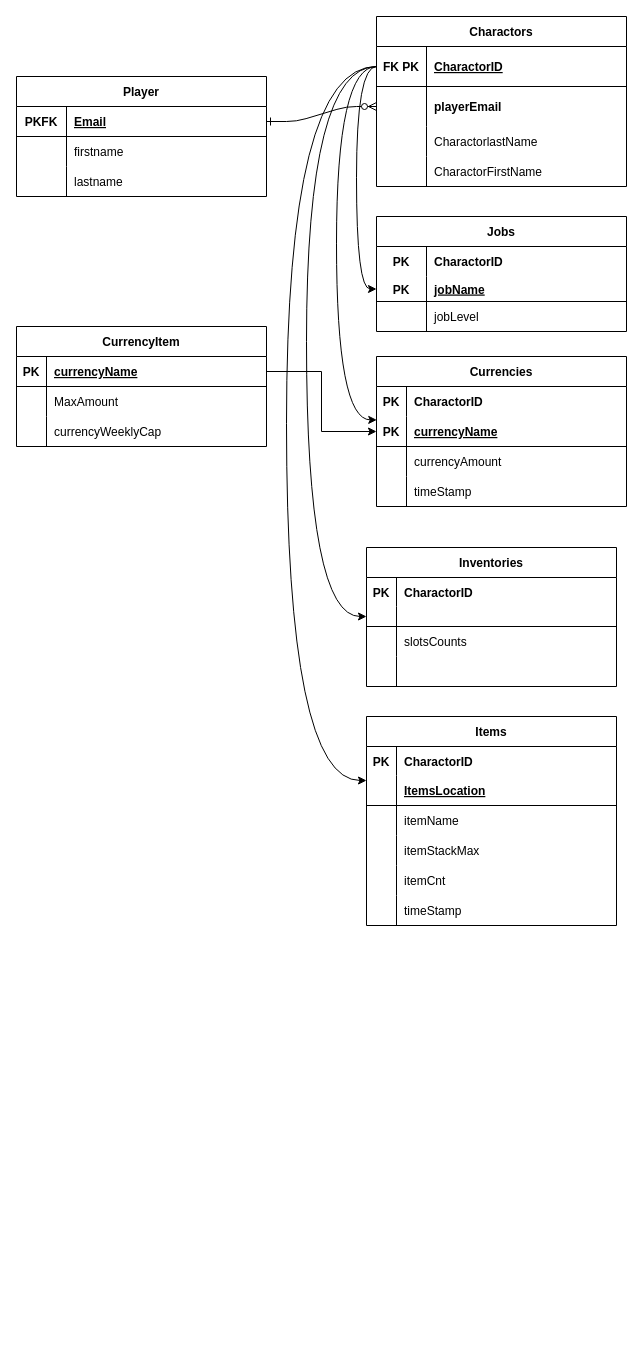
ifffShang/5800-hw2 keeps this draw.io diagram as Untitled Diagram.drawio. Above is the earlier version. Source tidied: cells renumbered, new cells numbered last; positions are measured from the earlier drawing's top-left corner, leaving out a move shared by most shapes. Both pictures are drawn from the tidied source at 100%, with x=0, y=0 at pixel (16, 16).
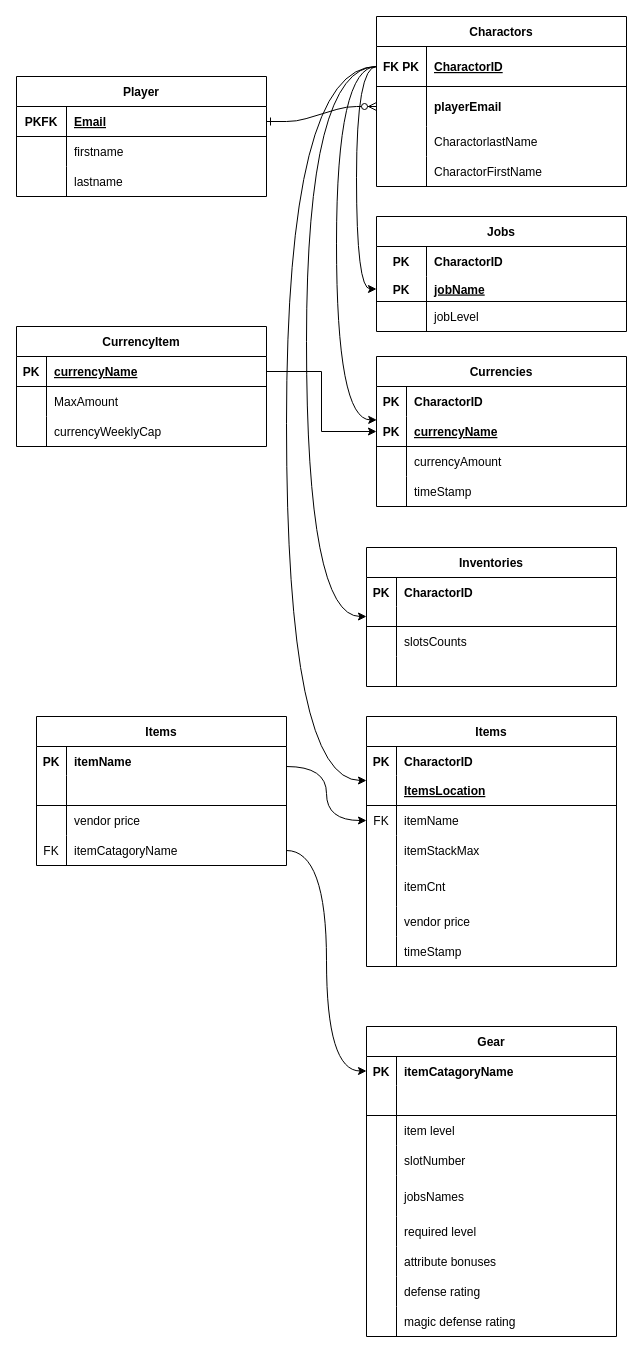
The same diagram, later.

The change refers to these unchanged cells:
```xml
<mxCell id="9" style="shape=partialRectangle;fillColor=none;points=[[0,0.5],[1,0.5]];portConstraint=eastwest;top=0;left=0;right=0;bottom=0;" parent="2" vertex="1">
  <mxGeometry y="89" width="250" height="30" as="geometry" />
</mxCell>
```

Diff of the diagram source:
```diff
@@
     <mxCell id="2" value="Items" style="shape=table;startSize=30;childLayout=tableLayout;rowLines=0;fontStyle=1;align=center;" parent="1" vertex="1">
-      <mxGeometry x="350" y="700" width="250" height="209" as="geometry" />
+      <mxGeometry x="350" y="700" width="250" height="250" as="geometry" />
     </mxCell>
@@
-    <mxCell id="10" style="shape=partialRectangle;overflow=hidden;fillColor=none;top=0;left=0;bottom=0;right=0;" parent="9" vertex="1">
+    <mxCell id="10" value="FK" style="shape=partialRectangle;overflow=hidden;fillColor=none;top=0;left=0;bottom=0;right=0;" parent="9" vertex="1">
       <mxGeometry width="30" height="30" as="geometry" />
     </mxCell>
@@
     <mxCell id="15" style="shape=partialRectangle;fillColor=none;top=0;left=0;right=0;bottom=0;" parent="2" vertex="1">
-      <mxGeometry y="149" width="250" height="30" as="geometry" />
+      <mxGeometry y="149" width="250" height="41" as="geometry" />
     </mxCell>
     <mxCell id="16" style="shape=partialRectangle;overflow=hidden;fillColor=none;top=0;left=0;bottom=0;right=0;" parent="15" vertex="1">
-      <mxGeometry width="30" height="30" as="geometry" />
+      <mxGeometry width="30" height="41" as="geometry" />
     </mxCell>
     <mxCell id="17" value="itemCnt" style="shape=partialRectangle;overflow=hidden;fillColor=none;top=0;left=0;bottom=0;right=0;align=left;spacingLeft=6;" parent="15" vertex="1">
-      <mxGeometry x="30" width="220" height="30" as="geometry" />
+      <mxGeometry x="30" width="220" height="41" as="geometry" />
     </mxCell>
     <mxCell id="18" style="shape=partialRectangle;fillColor=none;top=0;left=0;right=0;bottom=0;" parent="2" vertex="1">
-      <mxGeometry y="179" width="250" height="30" as="geometry" />
+      <mxGeometry y="190" width="250" height="30" as="geometry" />
     </mxCell>
@@
-    <mxCell id="20" value="timeStamp" style="shape=partialRectangle;overflow=hidden;fillColor=none;top=0;left=0;bottom=0;right=0;align=left;spacingLeft=6;" parent="18" vertex="1">
+    <mxCell id="20" value="vendor price" style="shape=partialRectangle;overflow=hidden;fillColor=none;top=0;left=0;bottom=0;right=0;align=left;spacingLeft=6;" parent="18" vertex="1">
       <mxGeometry x="30" width="220" height="30" as="geometry" />
     </mxCell>
+    <mxCell id="96" style="shape=partialRectangle;fillColor=none;top=0;left=0;right=0;bottom=0;" parent="2" vertex="1">
+      <mxGeometry y="220" width="250" height="30" as="geometry" />
+    </mxCell>
+    <mxCell id="97" style="shape=partialRectangle;overflow=hidden;fillColor=none;top=0;left=0;bottom=0;right=0;" parent="96" vertex="1">
+      <mxGeometry width="30" height="30" as="geometry" />
+    </mxCell>
+    <mxCell id="98" value="timeStamp" style="shape=partialRectangle;overflow=hidden;fillColor=none;top=0;left=0;bottom=0;right=0;align=left;spacingLeft=6;" parent="96" vertex="1">
+      <mxGeometry x="30" width="220" height="30" as="geometry" />
+    </mxCell>
@@
+    <mxCell id="99" value="Items" style="shape=table;startSize=30;childLayout=tableLayout;rowLines=0;fontStyle=1;align=center;" parent="1" vertex="1">
+      <mxGeometry x="20" y="700" width="250" height="149" as="geometry" />
+    </mxCell>
+    <mxCell id="100" style="shape=partialRectangle;fillColor=none;top=0;left=0;right=0;bottom=0;fontStyle=1;" parent="99" vertex="1">
+      <mxGeometry y="30" width="250" height="29" as="geometry" />
+    </mxCell>
+    <mxCell id="101" value="PK" style="shape=partialRectangle;overflow=hidden;fillColor=none;top=0;left=0;bottom=0;right=0;fontStyle=1;" parent="100" vertex="1">
+      <mxGeometry width="30" height="29" as="geometry" />
+    </mxCell>
+    <mxCell id="102" value="itemName" style="shape=partialRectangle;overflow=hidden;fillColor=none;top=0;left=0;bottom=0;right=0;align=left;spacingLeft=6;fontStyle=1;" parent="100" vertex="1">
+      <mxGeometry x="30" width="220" height="29" as="geometry" />
+    </mxCell>
+    <mxCell id="103" style="shape=partialRectangle;fillColor=none;points=[[0,0.5],[1,0.5]];portConstraint=eastwest;top=0;left=0;right=0;bottom=1;" parent="99" vertex="1">
+      <mxGeometry y="59" width="250" height="30" as="geometry" />
+    </mxCell>
+    <mxCell id="104" style="shape=partialRectangle;overflow=hidden;fillColor=none;top=0;left=0;bottom=0;right=0;fontStyle=1;" parent="103" vertex="1">
+      <mxGeometry width="30" height="30" as="geometry" />
+    </mxCell>
+    <mxCell id="105" style="shape=partialRectangle;overflow=hidden;fillColor=none;top=0;left=0;bottom=0;right=0;align=left;spacingLeft=6;fontStyle=5;" parent="103" vertex="1">
+      <mxGeometry x="30" width="220" height="30" as="geometry" />
+    </mxCell>
+    <mxCell id="106" style="shape=partialRectangle;fillColor=none;top=0;left=0;right=0;bottom=0;" parent="99" vertex="1">
+      <mxGeometry y="89" width="250" height="30" as="geometry" />
+    </mxCell>
+    <mxCell id="107" style="shape=partialRectangle;overflow=hidden;fillColor=none;top=0;left=0;bottom=0;right=0;" parent="106" vertex="1">
+      <mxGeometry width="30" height="30" as="geometry" />
+    </mxCell>
+    <mxCell id="108" value="vendor price" style="shape=partialRectangle;overflow=hidden;fillColor=none;top=0;left=0;bottom=0;right=0;align=left;spacingLeft=6;" parent="106" vertex="1">
+      <mxGeometry x="30" width="220" height="30" as="geometry" />
+    </mxCell>
+    <mxCell id="109" style="shape=partialRectangle;fillColor=none;points=[[0,0.5],[1,0.5]];portConstraint=eastwest;top=0;left=0;right=0;bottom=0;" parent="99" vertex="1">
+      <mxGeometry y="119" width="250" height="30" as="geometry" />
+    </mxCell>
+    <mxCell id="110" value="FK" style="shape=partialRectangle;overflow=hidden;fillColor=none;top=0;left=0;bottom=0;right=0;" parent="109" vertex="1">
+      <mxGeometry width="30" height="30" as="geometry" />
+    </mxCell>
+    <mxCell id="111" value="itemCatagoryName" style="shape=partialRectangle;overflow=hidden;fillColor=none;top=0;left=0;bottom=0;right=0;align=left;spacingLeft=6;" parent="109" vertex="1">
+      <mxGeometry x="30" width="220" height="30" as="geometry" />
+    </mxCell>
+    <mxCell id="112" style="edgeStyle=orthogonalEdgeStyle;rounded=0;jettySize=auto;html=1;exitX=1;exitY=-0.3;exitDx=0;exitDy=0;entryX=0;entryY=0.5;entryDx=0;entryDy=0;curved=1;exitPerimeter=0;" parent="1" edge="1" source="103" target="9">
+      <mxGeometry relative="1" as="geometry" />
+    </mxCell>
+    <mxCell id="113" value="Gear" style="shape=table;startSize=30;childLayout=tableLayout;rowLines=0;fontStyle=1;align=center;" parent="1" vertex="1">
+      <mxGeometry x="350" y="1010" width="250" height="310" as="geometry" />
+    </mxCell>
+    <mxCell id="114" style="shape=partialRectangle;fillColor=none;points=[[0,0.5],[1,0.5]];portConstraint=eastwest;top=0;left=0;right=0;bottom=0;fontStyle=1;" parent="113" vertex="1">
+      <mxGeometry y="30" width="250" height="29" as="geometry" />
+    </mxCell>
+    <mxCell id="115" value="PK" style="shape=partialRectangle;overflow=hidden;fillColor=none;top=0;left=0;bottom=0;right=0;fontStyle=1;" parent="114" vertex="1">
+      <mxGeometry width="30" height="29" as="geometry" />
+    </mxCell>
+    <mxCell id="116" value="itemCatagoryName" style="shape=partialRectangle;overflow=hidden;fillColor=none;top=0;left=0;bottom=0;right=0;align=left;spacingLeft=6;fontStyle=1;" parent="114" vertex="1">
+      <mxGeometry x="30" width="220" height="29" as="geometry" />
+    </mxCell>
+    <mxCell id="117" style="shape=partialRectangle;fillColor=none;top=0;left=0;right=0;bottom=1;" parent="113" vertex="1">
+      <mxGeometry y="59" width="250" height="30" as="geometry" />
+    </mxCell>
+    <mxCell id="118" style="shape=partialRectangle;overflow=hidden;fillColor=none;top=0;left=0;bottom=0;right=0;fontStyle=1;" parent="117" vertex="1">
+      <mxGeometry width="30" height="30" as="geometry" />
+    </mxCell>
+    <mxCell id="119" style="shape=partialRectangle;overflow=hidden;fillColor=none;top=0;left=0;bottom=0;right=0;align=left;spacingLeft=6;fontStyle=5;" parent="117" vertex="1">
+      <mxGeometry x="30" width="220" height="30" as="geometry" />
+    </mxCell>
+    <mxCell id="120" style="shape=partialRectangle;fillColor=none;top=0;left=0;right=0;bottom=0;" parent="113" vertex="1">
+      <mxGeometry y="89" width="250" height="30" as="geometry" />
+    </mxCell>
+    <mxCell id="121" style="shape=partialRectangle;overflow=hidden;fillColor=none;top=0;left=0;bottom=0;right=0;" parent="120" vertex="1">
+      <mxGeometry width="30" height="30" as="geometry" />
+    </mxCell>
+    <mxCell id="122" value="item level" style="shape=partialRectangle;overflow=hidden;fillColor=none;top=0;left=0;bottom=0;right=0;align=left;spacingLeft=6;" parent="120" vertex="1">
+      <mxGeometry x="30" width="220" height="30" as="geometry" />
+    </mxCell>
+    <mxCell id="123" style="shape=partialRectangle;fillColor=none;top=0;left=0;right=0;bottom=0;" parent="113" vertex="1">
+      <mxGeometry y="119" width="250" height="30" as="geometry" />
+    </mxCell>
+    <mxCell id="124" style="shape=partialRectangle;overflow=hidden;fillColor=none;top=0;left=0;bottom=0;right=0;" parent="123" vertex="1">
+      <mxGeometry width="30" height="30" as="geometry" />
+    </mxCell>
+    <mxCell id="125" value="slotNumber" style="shape=partialRectangle;overflow=hidden;fillColor=none;top=0;left=0;bottom=0;right=0;align=left;spacingLeft=6;" parent="123" vertex="1">
+      <mxGeometry x="30" width="220" height="30" as="geometry" />
+    </mxCell>
+    <mxCell id="126" style="shape=partialRectangle;fillColor=none;top=0;left=0;right=0;bottom=0;" parent="113" vertex="1">
+      <mxGeometry y="149" width="250" height="41" as="geometry" />
+    </mxCell>
+    <mxCell id="127" style="shape=partialRectangle;overflow=hidden;fillColor=none;top=0;left=0;bottom=0;right=0;" parent="126" vertex="1">
+      <mxGeometry width="30" height="41" as="geometry" />
+    </mxCell>
+    <mxCell id="128" value="jobsNames" style="shape=partialRectangle;overflow=hidden;fillColor=none;top=0;left=0;bottom=0;right=0;align=left;spacingLeft=6;" parent="126" vertex="1">
+      <mxGeometry x="30" width="220" height="41" as="geometry" />
+    </mxCell>
+    <mxCell id="129" style="shape=partialRectangle;fillColor=none;top=0;left=0;right=0;bottom=0;" parent="113" vertex="1">
+      <mxGeometry y="190" width="250" height="30" as="geometry" />
+    </mxCell>
+    <mxCell id="130" style="shape=partialRectangle;overflow=hidden;fillColor=none;top=0;left=0;bottom=0;right=0;" parent="129" vertex="1">
+      <mxGeometry width="30" height="30" as="geometry" />
+    </mxCell>
+    <mxCell id="131" value="required level" style="shape=partialRectangle;overflow=hidden;fillColor=none;top=0;left=0;bottom=0;right=0;align=left;spacingLeft=6;" parent="129" vertex="1">
+      <mxGeometry x="30" width="220" height="30" as="geometry" />
+    </mxCell>
+    <mxCell id="132" style="shape=partialRectangle;fillColor=none;top=0;left=0;right=0;bottom=0;" parent="113" vertex="1">
+      <mxGeometry y="220" width="250" height="30" as="geometry" />
+    </mxCell>
+    <mxCell id="133" style="shape=partialRectangle;overflow=hidden;fillColor=none;top=0;left=0;bottom=0;right=0;" parent="132" vertex="1">
+      <mxGeometry width="30" height="30" as="geometry" />
+    </mxCell>
+    <mxCell id="134" value="attribute bonuses" style="shape=partialRectangle;overflow=hidden;fillColor=none;top=0;left=0;bottom=0;right=0;align=left;spacingLeft=6;" parent="132" vertex="1">
+      <mxGeometry x="30" width="220" height="30" as="geometry" />
+    </mxCell>
+    <mxCell id="135" style="shape=partialRectangle;fillColor=none;top=0;left=0;right=0;bottom=0;" parent="113" vertex="1">
+      <mxGeometry y="250" width="250" height="30" as="geometry" />
+    </mxCell>
+    <mxCell id="136" style="shape=partialRectangle;overflow=hidden;fillColor=none;top=0;left=0;bottom=0;right=0;" parent="135" vertex="1">
+      <mxGeometry width="30" height="30" as="geometry" />
+    </mxCell>
+    <mxCell id="137" value="defense rating" style="shape=partialRectangle;overflow=hidden;fillColor=none;top=0;left=0;bottom=0;right=0;align=left;spacingLeft=6;" parent="135" vertex="1">
+      <mxGeometry x="30" width="220" height="30" as="geometry" />
+    </mxCell>
+    <mxCell id="138" style="shape=partialRectangle;fillColor=none;top=0;left=0;right=0;bottom=0;" parent="113" vertex="1">
+      <mxGeometry y="280" width="250" height="30" as="geometry" />
+    </mxCell>
+    <mxCell id="139" style="shape=partialRectangle;overflow=hidden;fillColor=none;top=0;left=0;bottom=0;right=0;" parent="138" vertex="1">
+      <mxGeometry width="30" height="30" as="geometry" />
+    </mxCell>
+    <mxCell id="140" value="magic defense rating" style="shape=partialRectangle;overflow=hidden;fillColor=none;top=0;left=0;bottom=0;right=0;align=left;spacingLeft=6;" parent="138" vertex="1">
+      <mxGeometry x="30" width="220" height="30" as="geometry" />
+    </mxCell>
+    <mxCell id="141" style="edgeStyle=orthogonalEdgeStyle;rounded=0;jettySize=auto;html=1;exitX=1;exitY=0.5;exitDx=0;exitDy=0;entryX=0;entryY=0.5;entryDx=0;entryDy=0;curved=1;" parent="1" edge="1" source="109" target="114">
+      <mxGeometry relative="1" as="geometry" />
+    </mxCell>
```
